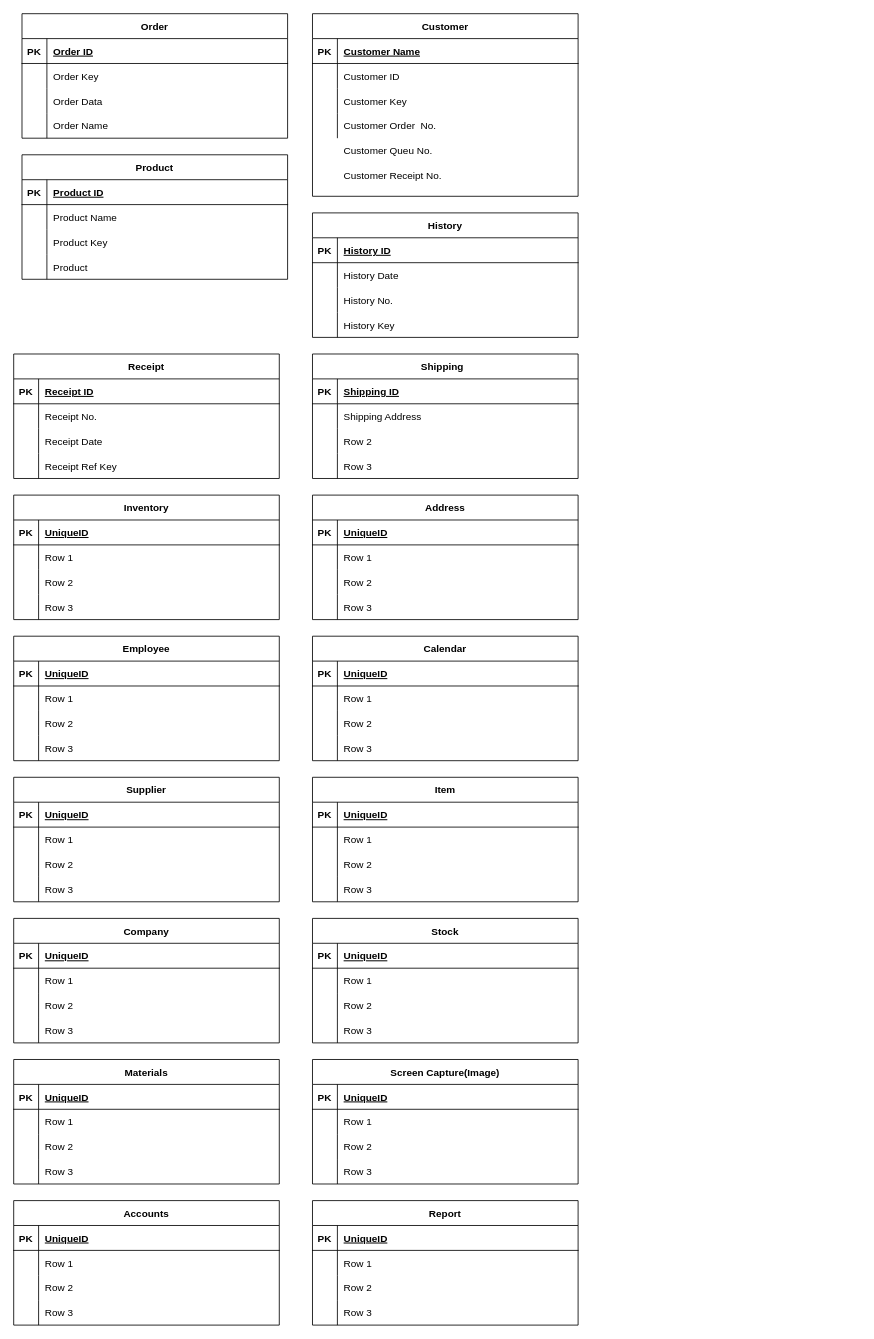
Above: ERD REFERENCE DIAGRAM.drawio in BryanFabellore/Team_SPOTLIGHT (draw.io), before the change. Source tidied: cells renumbered, new cells numbered last; positions are measured from the earlier drawing's top-left corner, leaving out a move shared by most shapes. Both pictures are drawn from the tidied source at 83%, with x=0, y=0 at pixel (13, 13).
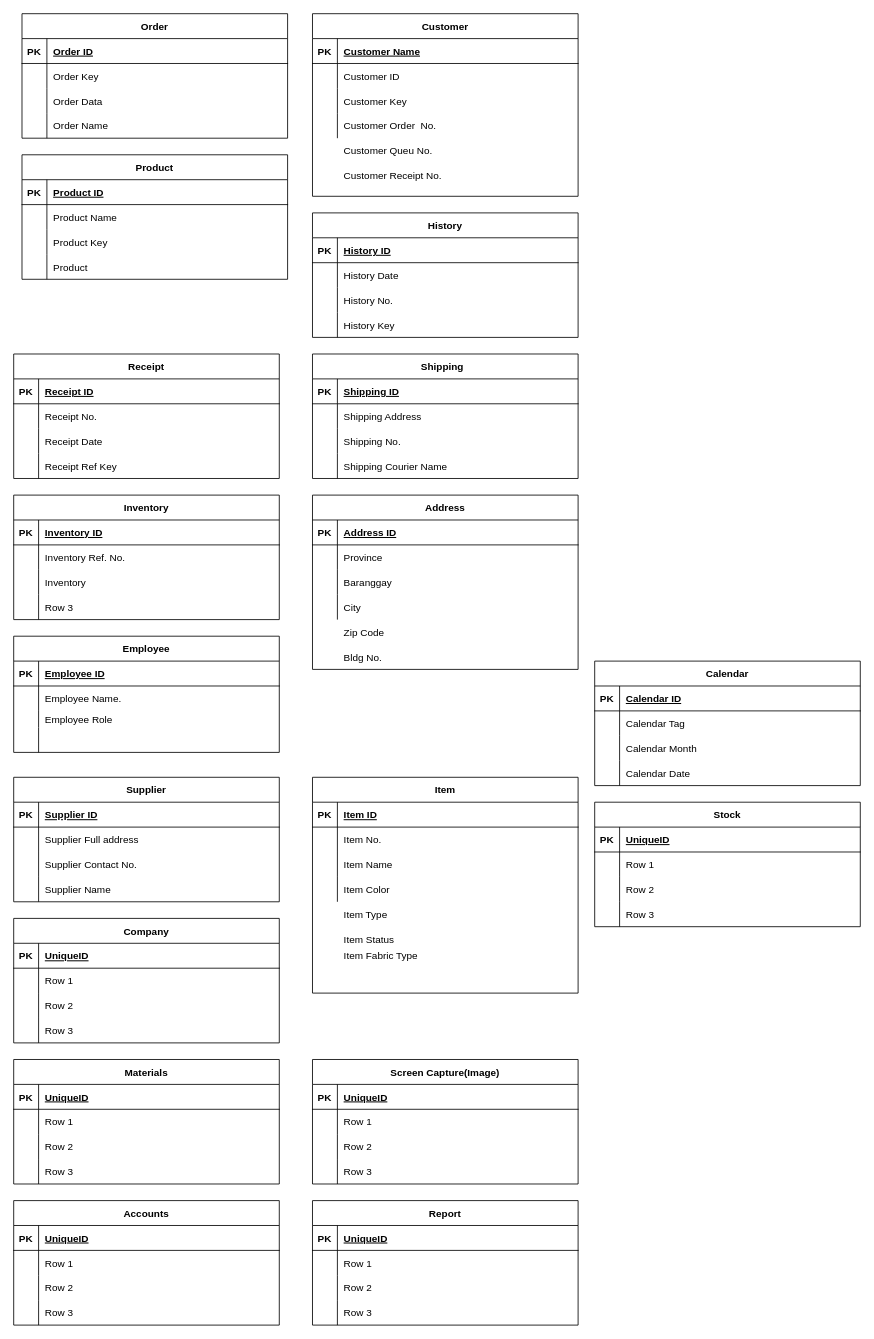
Above is the later version.

Commit message:
Updated ni Bryan POGI ERD REFERENCE DIAGRAM.drawio

The change refers to these unchanged cells:
```xml
<mxCell id="68" style="shape=tableRow;horizontal=0;startSize=0;swimlaneHead=0;swimlaneBody=0;fillColor=none;top=0;left=0;right=0;bottom=1;" parent="67" vertex="1">
  <mxGeometry y="30" width="320" height="30" as="geometry" />
</mxCell>
<mxCell id="71" style="shape=tableRow;horizontal=0;startSize=0;swimlaneHead=0;swimlaneBody=0;fillColor=none;top=0;left=0;right=0;bottom=0;" parent="67" vertex="1">
  <mxGeometry y="60" width="320" height="30" as="geometry" />
</mxCell>
<mxCell id="74" style="shape=tableRow;horizontal=0;startSize=0;swimlaneHead=0;swimlaneBody=0;fillColor=none;top=0;left=0;right=0;bottom=0;" parent="67" vertex="1">
  <mxGeometry y="90" width="320" height="30" as="geometry" />
</mxCell>
<mxCell id="87" style="shape=tableRow;horizontal=0;startSize=0;swimlaneHead=0;swimlaneBody=0;fillColor=none;top=0;left=0;right=0;bottom=0;" parent="80" vertex="1">
  <mxGeometry y="90" width="320" height="30" as="geometry" />
</mxCell>
<mxCell id="90" style="shape=tableRow;horizontal=0;startSize=0;swimlaneHead=0;swimlaneBody=0;fillColor=none;top=0;left=0;right=0;bottom=0;" parent="80" vertex="1">
  <mxGeometry y="120" width="320" height="30" as="geometry" />
</mxCell>
<mxCell id="94" style="shape=tableRow;horizontal=0;startSize=0;swimlaneHead=0;swimlaneBody=0;fillColor=none;top=0;left=0;right=0;bottom=1;" parent="93" vertex="1">
  <mxGeometry y="30" width="320" height="30" as="geometry" />
</mxCell>
<mxCell id="97" style="shape=tableRow;horizontal=0;startSize=0;swimlaneHead=0;swimlaneBody=0;fillColor=none;top=0;left=0;right=0;bottom=0;" parent="93" vertex="1">
  <mxGeometry y="60" width="320" height="30" as="geometry" />
</mxCell>
<mxCell id="107" style="shape=tableRow;horizontal=0;startSize=0;swimlaneHead=0;swimlaneBody=0;fillColor=none;top=0;left=0;right=0;bottom=1;" parent="106" vertex="1">
  <mxGeometry y="30" width="320" height="30" as="geometry" />
</mxCell>
<mxCell id="110" style="shape=tableRow;horizontal=0;startSize=0;swimlaneHead=0;swimlaneBody=0;fillColor=none;top=0;left=0;right=0;bottom=0;" parent="106" vertex="1">
  <mxGeometry y="60" width="320" height="30" as="geometry" />
</mxCell>
<mxCell id="113" style="shape=tableRow;horizontal=0;startSize=0;swimlaneHead=0;swimlaneBody=0;fillColor=none;top=0;left=0;right=0;bottom=0;" parent="106" vertex="1">
  <mxGeometry y="90" width="320" height="30" as="geometry" />
</mxCell>
<mxCell id="116" style="shape=tableRow;horizontal=0;startSize=0;swimlaneHead=0;swimlaneBody=0;fillColor=none;top=0;left=0;right=0;bottom=0;" parent="106" vertex="1">
  <mxGeometry y="120" width="320" height="30" as="geometry" />
</mxCell>
<mxCell id="120" style="shape=tableRow;horizontal=0;startSize=0;swimlaneHead=0;swimlaneBody=0;fillColor=none;top=0;left=0;right=0;bottom=1;" parent="119" vertex="1">
  <mxGeometry y="30" width="320" height="30" as="geometry" />
</mxCell>
<mxCell id="123" style="shape=tableRow;horizontal=0;startSize=0;swimlaneHead=0;swimlaneBody=0;fillColor=none;top=0;left=0;right=0;bottom=0;" parent="119" vertex="1">
  <mxGeometry y="60" width="320" height="30" as="geometry" />
</mxCell>
<mxCell id="126" style="shape=tableRow;horizontal=0;startSize=0;swimlaneHead=0;swimlaneBody=0;fillColor=none;top=0;left=0;right=0;bottom=0;" parent="119" vertex="1">
  <mxGeometry y="90" width="320" height="30" as="geometry" />
</mxCell>
<mxCell id="129" style="shape=tableRow;horizontal=0;startSize=0;swimlaneHead=0;swimlaneBody=0;fillColor=none;top=0;left=0;right=0;bottom=0;" parent="119" vertex="1">
  <mxGeometry y="120" width="320" height="30" as="geometry" />
</mxCell>
<mxCell id="133" style="shape=tableRow;horizontal=0;startSize=0;swimlaneHead=0;swimlaneBody=0;fillColor=none;top=0;left=0;right=0;bottom=1;" parent="132" vertex="1">
  <mxGeometry y="30" width="320" height="30" as="geometry" />
</mxCell>
<mxCell id="136" style="shape=tableRow;horizontal=0;startSize=0;swimlaneHead=0;swimlaneBody=0;fillColor=none;top=0;left=0;right=0;bottom=0;" parent="132" vertex="1">
  <mxGeometry y="60" width="320" height="30" as="geometry" />
</mxCell>
<mxCell id="139" style="shape=tableRow;horizontal=0;startSize=0;swimlaneHead=0;swimlaneBody=0;fillColor=none;top=0;left=0;right=0;bottom=0;" parent="132" vertex="1">
  <mxGeometry y="90" width="320" height="30" as="geometry" />
</mxCell>
<mxCell id="142" style="shape=tableRow;horizontal=0;startSize=0;swimlaneHead=0;swimlaneBody=0;fillColor=none;top=0;left=0;right=0;bottom=0;" parent="132" vertex="1">
  <mxGeometry y="120" width="320" height="30" as="geometry" />
</mxCell>
<mxCell id="146" style="shape=tableRow;horizontal=0;startSize=0;swimlaneHead=0;swimlaneBody=0;fillColor=none;top=0;left=0;right=0;bottom=1;" parent="145" vertex="1">
  <mxGeometry y="30" width="320" height="30" as="geometry" />
</mxCell>
<mxCell id="149" style="shape=tableRow;horizontal=0;startSize=0;swimlaneHead=0;swimlaneBody=0;fillColor=none;top=0;left=0;right=0;bottom=0;" parent="145" vertex="1">
  <mxGeometry y="60" width="320" height="30" as="geometry" />
</mxCell>
<mxCell id="152" style="shape=tableRow;horizontal=0;startSize=0;swimlaneHead=0;swimlaneBody=0;fillColor=none;top=0;left=0;right=0;bottom=0;" parent="145" vertex="1">
  <mxGeometry y="90" width="320" height="30" as="geometry" />
</mxCell>
<mxCell id="155" style="shape=tableRow;horizontal=0;startSize=0;swimlaneHead=0;swimlaneBody=0;fillColor=none;top=0;left=0;right=0;bottom=0;" parent="145" vertex="1">
  <mxGeometry y="120" width="320" height="30" as="geometry" />
</mxCell>
```

Change to the diagram source:
```diff
@@
-    <mxCell id="70" value="UniqueID" style="shape=partialRectangle;fillColor=none;top=0;left=0;bottom=0;right=0;align=left;spacingLeft=6;fontStyle=5;overflow=hidden;" parent="68" vertex="1">
+    <mxCell id="70" value="Inventory ID" style="shape=partialRectangle;fillColor=none;top=0;left=0;bottom=0;right=0;align=left;spacingLeft=6;fontStyle=5;overflow=hidden;" parent="68" vertex="1">
       <mxGeometry x="30" width="290" height="30" as="geometry" />
     </mxCell>
@@
-    <mxCell id="73" value="Row 1" style="shape=partialRectangle;fillColor=none;top=0;left=0;bottom=0;right=0;align=left;spacingLeft=6;overflow=hidden;" parent="71" vertex="1">
+    <mxCell id="73" value="Inventory Ref. No." style="shape=partialRectangle;fillColor=none;top=0;left=0;bottom=0;right=0;align=left;spacingLeft=6;overflow=hidden;" parent="71" vertex="1">
       <mxGeometry x="30" width="290" height="30" as="geometry" />
     </mxCell>
@@
-    <mxCell id="76" value="Row 2" style="shape=partialRectangle;fillColor=none;top=0;left=0;bottom=0;right=0;align=left;spacingLeft=6;overflow=hidden;" parent="74" vertex="1">
+    <mxCell id="76" value="Inventory " style="shape=partialRectangle;fillColor=none;top=0;left=0;bottom=0;right=0;align=left;spacingLeft=6;overflow=hidden;" parent="74" vertex="1">
       <mxGeometry x="30" width="290" height="30" as="geometry" />
     </mxCell>
@@
-    <mxCell id="89" value="Row 2" style="shape=partialRectangle;fillColor=none;top=0;left=0;bottom=0;right=0;align=left;spacingLeft=6;overflow=hidden;" parent="87" vertex="1">
+    <mxCell id="89" value="Shipping No." style="shape=partialRectangle;fillColor=none;top=0;left=0;bottom=0;right=0;align=left;spacingLeft=6;overflow=hidden;" parent="87" vertex="1">
       <mxGeometry x="30" width="290" height="30" as="geometry" />
     </mxCell>
@@
-    <mxCell id="92" value="Row 3" style="shape=partialRectangle;fillColor=none;top=0;left=0;bottom=0;right=0;align=left;spacingLeft=6;overflow=hidden;" parent="90" vertex="1">
+    <mxCell id="92" value="Shipping Courier Name" style="shape=partialRectangle;fillColor=none;top=0;left=0;bottom=0;right=0;align=left;spacingLeft=6;overflow=hidden;" parent="90" vertex="1">
       <mxGeometry x="30" width="290" height="30" as="geometry" />
     </mxCell>
     <mxCell id="93" value="Employee" style="shape=table;startSize=30;childLayout=tableLayout;rowLines=0;fontStyle=1;align=center;" parent="1" vertex="1">
-      <mxGeometry y="750" width="320" height="150" as="geometry" />
+      <mxGeometry y="750" width="320" height="140" as="geometry" />
     </mxCell>
@@
-    <mxCell id="96" value="UniqueID" style="shape=partialRectangle;fillColor=none;top=0;left=0;bottom=0;right=0;align=left;spacingLeft=6;fontStyle=5;overflow=hidden;" parent="94" vertex="1">
+    <mxCell id="96" value="Employee ID" style="shape=partialRectangle;fillColor=none;top=0;left=0;bottom=0;right=0;align=left;spacingLeft=6;fontStyle=5;overflow=hidden;" parent="94" vertex="1">
       <mxGeometry x="30" width="290" height="30" as="geometry" />
     </mxCell>
@@
-    <mxCell id="99" value="Row 1" style="shape=partialRectangle;fillColor=none;top=0;left=0;bottom=0;right=0;align=left;spacingLeft=6;overflow=hidden;" parent="97" vertex="1">
+    <mxCell id="99" value="Employee Name." style="shape=partialRectangle;fillColor=none;top=0;left=0;bottom=0;right=0;align=left;spacingLeft=6;overflow=hidden;" parent="97" vertex="1">
       <mxGeometry x="30" width="290" height="30" as="geometry" />
     </mxCell>
     <mxCell id="100" style="shape=tableRow;horizontal=0;startSize=0;swimlaneHead=0;swimlaneBody=0;fillColor=none;top=0;left=0;right=0;bottom=0;" parent="93" vertex="1">
-      <mxGeometry y="90" width="320" height="30" as="geometry" />
+      <mxGeometry y="90" width="320" height="20" as="geometry" />
     </mxCell>
     <mxCell id="101" style="shape=partialRectangle;fillColor=none;top=0;left=0;bottom=0;right=0;overflow=hidden;" parent="100" vertex="1">
-      <mxGeometry width="30" height="30" as="geometry" />
+      <mxGeometry width="30" height="20" as="geometry" />
     </mxCell>
-    <mxCell id="102" value="Row 2" style="shape=partialRectangle;fillColor=none;top=0;left=0;bottom=0;right=0;align=left;spacingLeft=6;overflow=hidden;" parent="100" vertex="1">
-      <mxGeometry x="30" width="290" height="30" as="geometry" />
+    <mxCell id="102" value="Employee Role" style="shape=partialRectangle;fillColor=none;top=0;left=0;bottom=0;right=0;align=left;spacingLeft=6;overflow=hidden;" parent="100" vertex="1">
+      <mxGeometry x="30" width="290" height="20" as="geometry" />
     </mxCell>
     <mxCell id="103" style="shape=tableRow;horizontal=0;startSize=0;swimlaneHead=0;swimlaneBody=0;fillColor=none;top=0;left=0;right=0;bottom=0;" parent="93" vertex="1">
-      <mxGeometry y="120" width="320" height="30" as="geometry" />
+      <mxGeometry y="110" width="320" height="30" as="geometry" />
     </mxCell>
@@
-    <mxCell id="105" value="Row 3" style="shape=partialRectangle;fillColor=none;top=0;left=0;bottom=0;right=0;align=left;spacingLeft=6;overflow=hidden;" parent="103" vertex="1">
+    <mxCell id="105" style="shape=partialRectangle;fillColor=none;top=0;left=0;bottom=0;right=0;align=left;spacingLeft=6;overflow=hidden;" parent="103" vertex="1">
       <mxGeometry x="30" width="290" height="30" as="geometry" />
     </mxCell>
     <mxCell id="106" value="Address" style="shape=table;startSize=30;childLayout=tableLayout;rowLines=0;fontStyle=1;align=center;" parent="1" vertex="1">
-      <mxGeometry x="360" y="580" width="320" height="150" as="geometry" />
+      <mxGeometry x="360" y="580" width="320" height="210" as="geometry" />
     </mxCell>
@@
-    <mxCell id="109" value="UniqueID" style="shape=partialRectangle;fillColor=none;top=0;left=0;bottom=0;right=0;align=left;spacingLeft=6;fontStyle=5;overflow=hidden;" parent="107" vertex="1">
+    <mxCell id="109" value="Address ID" style="shape=partialRectangle;fillColor=none;top=0;left=0;bottom=0;right=0;align=left;spacingLeft=6;fontStyle=5;overflow=hidden;" parent="107" vertex="1">
       <mxGeometry x="30" width="290" height="30" as="geometry" />
     </mxCell>
@@
-    <mxCell id="112" value="Row 1" style="shape=partialRectangle;fillColor=none;top=0;left=0;bottom=0;right=0;align=left;spacingLeft=6;overflow=hidden;" parent="110" vertex="1">
+    <mxCell id="112" value="Province" style="shape=partialRectangle;fillColor=none;top=0;left=0;bottom=0;right=0;align=left;spacingLeft=6;overflow=hidden;" parent="110" vertex="1">
       <mxGeometry x="30" width="290" height="30" as="geometry" />
     </mxCell>
@@
-    <mxCell id="115" value="Row 2" style="shape=partialRectangle;fillColor=none;top=0;left=0;bottom=0;right=0;align=left;spacingLeft=6;overflow=hidden;" parent="113" vertex="1">
+    <mxCell id="115" value="Baranggay" style="shape=partialRectangle;fillColor=none;top=0;left=0;bottom=0;right=0;align=left;spacingLeft=6;overflow=hidden;" parent="113" vertex="1">
       <mxGeometry x="30" width="290" height="30" as="geometry" />
     </mxCell>
@@
-    <mxCell id="118" value="Row 3" style="shape=partialRectangle;fillColor=none;top=0;left=0;bottom=0;right=0;align=left;spacingLeft=6;overflow=hidden;" parent="116" vertex="1">
+    <mxCell id="118" value="City" style="shape=partialRectangle;fillColor=none;top=0;left=0;bottom=0;right=0;align=left;spacingLeft=6;overflow=hidden;" parent="116" vertex="1">
       <mxGeometry x="30" width="290" height="30" as="geometry" />
     </mxCell>
     <mxCell id="119" value="Calendar" style="shape=table;startSize=30;childLayout=tableLayout;rowLines=0;fontStyle=1;align=center;" parent="1" vertex="1">
-      <mxGeometry x="360" y="750" width="320" height="150" as="geometry" />
+      <mxGeometry x="700" y="780" width="320" height="150" as="geometry" />
     </mxCell>
@@
-    <mxCell id="122" value="UniqueID" style="shape=partialRectangle;fillColor=none;top=0;left=0;bottom=0;right=0;align=left;spacingLeft=6;fontStyle=5;overflow=hidden;" parent="120" vertex="1">
+    <mxCell id="122" value="Calendar ID" style="shape=partialRectangle;fillColor=none;top=0;left=0;bottom=0;right=0;align=left;spacingLeft=6;fontStyle=5;overflow=hidden;" parent="120" vertex="1">
       <mxGeometry x="30" width="290" height="30" as="geometry" />
     </mxCell>
@@
-    <mxCell id="125" value="Row 1" style="shape=partialRectangle;fillColor=none;top=0;left=0;bottom=0;right=0;align=left;spacingLeft=6;overflow=hidden;" parent="123" vertex="1">
+    <mxCell id="125" value="Calendar Tag" style="shape=partialRectangle;fillColor=none;top=0;left=0;bottom=0;right=0;align=left;spacingLeft=6;overflow=hidden;" parent="123" vertex="1">
       <mxGeometry x="30" width="290" height="30" as="geometry" />
     </mxCell>
@@
-    <mxCell id="128" value="Row 2" style="shape=partialRectangle;fillColor=none;top=0;left=0;bottom=0;right=0;align=left;spacingLeft=6;overflow=hidden;" parent="126" vertex="1">
+    <mxCell id="128" value="Calendar Month" style="shape=partialRectangle;fillColor=none;top=0;left=0;bottom=0;right=0;align=left;spacingLeft=6;overflow=hidden;" parent="126" vertex="1">
       <mxGeometry x="30" width="290" height="30" as="geometry" />
     </mxCell>
@@
-    <mxCell id="131" value="Row 3" style="shape=partialRectangle;fillColor=none;top=0;left=0;bottom=0;right=0;align=left;spacingLeft=6;overflow=hidden;" parent="129" vertex="1">
+    <mxCell id="131" value="Calendar Date" style="shape=partialRectangle;fillColor=none;top=0;left=0;bottom=0;right=0;align=left;spacingLeft=6;overflow=hidden;" parent="129" vertex="1">
       <mxGeometry x="30" width="290" height="30" as="geometry" />
     </mxCell>
@@
-    <mxCell id="135" value="UniqueID" style="shape=partialRectangle;fillColor=none;top=0;left=0;bottom=0;right=0;align=left;spacingLeft=6;fontStyle=5;overflow=hidden;" parent="133" vertex="1">
+    <mxCell id="135" value="Supplier ID" style="shape=partialRectangle;fillColor=none;top=0;left=0;bottom=0;right=0;align=left;spacingLeft=6;fontStyle=5;overflow=hidden;" parent="133" vertex="1">
       <mxGeometry x="30" width="290" height="30" as="geometry" />
     </mxCell>
@@
-    <mxCell id="138" value="Row 1" style="shape=partialRectangle;fillColor=none;top=0;left=0;bottom=0;right=0;align=left;spacingLeft=6;overflow=hidden;" parent="136" vertex="1">
+    <mxCell id="138" value="Supplier Full address" style="shape=partialRectangle;fillColor=none;top=0;left=0;bottom=0;right=0;align=left;spacingLeft=6;overflow=hidden;" parent="136" vertex="1">
       <mxGeometry x="30" width="290" height="30" as="geometry" />
     </mxCell>
@@
-    <mxCell id="141" value="Row 2" style="shape=partialRectangle;fillColor=none;top=0;left=0;bottom=0;right=0;align=left;spacingLeft=6;overflow=hidden;" parent="139" vertex="1">
+    <mxCell id="141" value="Supplier Contact No." style="shape=partialRectangle;fillColor=none;top=0;left=0;bottom=0;right=0;align=left;spacingLeft=6;overflow=hidden;" parent="139" vertex="1">
       <mxGeometry x="30" width="290" height="30" as="geometry" />
     </mxCell>
@@
-    <mxCell id="144" value="Row 3" style="shape=partialRectangle;fillColor=none;top=0;left=0;bottom=0;right=0;align=left;spacingLeft=6;overflow=hidden;" parent="142" vertex="1">
+    <mxCell id="144" value="Supplier Name" style="shape=partialRectangle;fillColor=none;top=0;left=0;bottom=0;right=0;align=left;spacingLeft=6;overflow=hidden;" parent="142" vertex="1">
       <mxGeometry x="30" width="290" height="30" as="geometry" />
     </mxCell>
     <mxCell id="145" value="Item" style="shape=table;startSize=30;childLayout=tableLayout;rowLines=0;fontStyle=1;align=center;" parent="1" vertex="1">
-      <mxGeometry x="360" y="920" width="320" height="150" as="geometry" />
+      <mxGeometry x="360" y="920" width="320" height="260" as="geometry" />
     </mxCell>
@@
-    <mxCell id="148" value="UniqueID" style="shape=partialRectangle;fillColor=none;top=0;left=0;bottom=0;right=0;align=left;spacingLeft=6;fontStyle=5;overflow=hidden;" parent="146" vertex="1">
+    <mxCell id="148" value="Item ID" style="shape=partialRectangle;fillColor=none;top=0;left=0;bottom=0;right=0;align=left;spacingLeft=6;fontStyle=5;overflow=hidden;" parent="146" vertex="1">
       <mxGeometry x="30" width="290" height="30" as="geometry" />
     </mxCell>
@@
-    <mxCell id="151" value="Row 1" style="shape=partialRectangle;fillColor=none;top=0;left=0;bottom=0;right=0;align=left;spacingLeft=6;overflow=hidden;" parent="149" vertex="1">
+    <mxCell id="151" value="Item No." style="shape=partialRectangle;fillColor=none;top=0;left=0;bottom=0;right=0;align=left;spacingLeft=6;overflow=hidden;" parent="149" vertex="1">
       <mxGeometry x="30" width="290" height="30" as="geometry" />
     </mxCell>
@@
-    <mxCell id="154" value="Row 2" style="shape=partialRectangle;fillColor=none;top=0;left=0;bottom=0;right=0;align=left;spacingLeft=6;overflow=hidden;" parent="152" vertex="1">
+    <mxCell id="154" value="Item Name" style="shape=partialRectangle;fillColor=none;top=0;left=0;bottom=0;right=0;align=left;spacingLeft=6;overflow=hidden;" parent="152" vertex="1">
       <mxGeometry x="30" width="290" height="30" as="geometry" />
     </mxCell>
@@
-    <mxCell id="157" value="Row 3" style="shape=partialRectangle;fillColor=none;top=0;left=0;bottom=0;right=0;align=left;spacingLeft=6;overflow=hidden;" parent="155" vertex="1">
+    <mxCell id="157" value="Item Color" style="shape=partialRectangle;fillColor=none;top=0;left=0;bottom=0;right=0;align=left;spacingLeft=6;overflow=hidden;" parent="155" vertex="1">
       <mxGeometry x="30" width="290" height="30" as="geometry" />
     </mxCell>
@@
     <mxCell id="171" value="Stock" style="shape=table;startSize=30;childLayout=tableLayout;rowLines=0;fontStyle=1;align=center;" parent="1" vertex="1">
-      <mxGeometry x="360" y="1090" width="320" height="150" as="geometry" />
+      <mxGeometry x="700" y="950" width="320" height="150" as="geometry" />
     </mxCell>
@@
+    <mxCell id="240" value="Zip Code" style="shape=partialRectangle;fillColor=none;top=0;left=0;bottom=0;right=0;align=left;spacingLeft=6;overflow=hidden;" parent="1" vertex="1">
+      <mxGeometry x="390" y="730" width="290" height="30" as="geometry" />
+    </mxCell>
+    <mxCell id="241" value="Bldg No." style="shape=partialRectangle;fillColor=none;top=0;left=0;bottom=0;right=0;align=left;spacingLeft=6;overflow=hidden;" parent="1" vertex="1">
+      <mxGeometry x="390" y="760" width="290" height="30" as="geometry" />
+    </mxCell>
+    <mxCell id="242" value="Item Type" style="shape=partialRectangle;fillColor=none;top=0;left=0;bottom=0;right=0;align=left;spacingLeft=6;overflow=hidden;" parent="1" vertex="1">
+      <mxGeometry x="390" y="1070" width="290" height="30" as="geometry" />
+    </mxCell>
+    <mxCell id="243" value="Item Status" style="shape=partialRectangle;fillColor=none;top=0;left=0;bottom=0;right=0;align=left;spacingLeft=6;overflow=hidden;" parent="1" vertex="1">
+      <mxGeometry x="390" y="1100" width="290" height="30" as="geometry" />
+    </mxCell>
+    <mxCell id="244" value="Item Fabric Type" style="shape=partialRectangle;fillColor=none;top=0;left=0;bottom=0;right=0;align=left;spacingLeft=6;overflow=hidden;" parent="1" vertex="1">
+      <mxGeometry x="390" y="1120" width="290" height="30" as="geometry" />
+    </mxCell>
```
